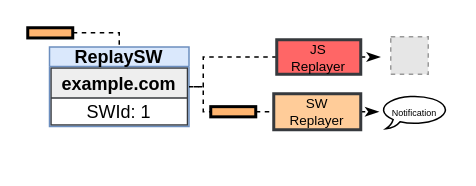
This is page "sw-replayer" (6 of 6) of replay-diagrams.drawio from jallen89/jscapsule-figures, a draw.io file, before an edit. Source tidied: cells renumbered, new cells numbered last; positions are measured from the earlier drawing's top-left corner, leaving out a move shared by most shapes. Both pictures are drawn from the tidied source at 150%, with x=0, y=0 at pixel (27, 27). Pictures stored in the file or linked from it are replaced by grey dashed boxes.
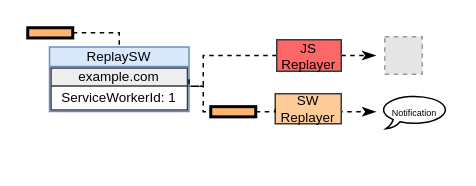
The same diagram, later.

Change to the diagram source:
```diff
@@
     <mxCell id="3" style="edgeStyle=orthogonalEdgeStyle;rounded=0;jettySize=auto;html=1;exitX=1;exitY=0.5;exitDx=0;exitDy=0;dashed=1;fontSize=6;startArrow=none;startFill=0;endArrow=classicThin;endFill=1;" parent="1" edge="1" source="4">
       <mxGeometry relative="1" as="geometry">
-        <mxPoint x="235" y="19.5" as="targetPoint" />
+        <mxPoint x="232" y="19" as="targetPoint" />
       </mxGeometry>
     </mxCell>
-    <mxCell id="4" value="&lt;div style=&quot;font-size: 9px&quot;&gt;&lt;font style=&quot;font-size: 9px&quot;&gt;JS&lt;/font&gt;&lt;/div&gt;&lt;div style=&quot;font-size: 9px&quot;&gt;&lt;font style=&quot;font-size: 9px&quot;&gt;Replayer&lt;/font&gt;&lt;br&gt;&lt;/div&gt;" style="rounded=0;whiteSpace=wrap;html=1;fontSize=8;strokeColor=#36393d;fillColor=#FF6666;strokeWidth=2;" parent="1" vertex="1">
-      <mxGeometry x="166" y="8" width="56" height="23" as="geometry" />
+    <mxCell id="4" value="&lt;div style=&quot;font-size: 9px&quot;&gt;&lt;font style=&quot;font-size: 9px&quot;&gt;JS&lt;/font&gt;&lt;/div&gt;&lt;div style=&quot;font-size: 9px&quot;&gt;&lt;font style=&quot;font-size: 9px&quot;&gt;Replayer&lt;/font&gt;&lt;br&gt;&lt;/div&gt;" style="rounded=0;whiteSpace=wrap;html=1;fontSize=8;strokeColor=#36393d;fillColor=#FF6666;strokeWidth=1;" parent="1" vertex="1">
+      <mxGeometry x="166" y="8" width="43" height="21" as="geometry" />
     </mxCell>
     <mxCell id="5" style="edgeStyle=orthogonalEdgeStyle;rounded=0;jettySize=auto;html=1;exitX=1;exitY=0.5;exitDx=0;exitDy=0;dashed=1;fontSize=6;endArrow=classicThin;endFill=1;startArrow=none;startFill=0;" parent="1" edge="1" source="6">
       <mxGeometry relative="1" as="geometry">
-        <mxPoint x="234" y="56" as="targetPoint" />
+        <mxPoint x="232" y="56" as="targetPoint" />
+        <Array as="points">
+          <mxPoint x="209" y="56" />
+        </Array>
       </mxGeometry>
     </mxCell>
-    <mxCell id="6" value="&lt;div style=&quot;font-size: 9px&quot;&gt;&lt;font style=&quot;font-size: 9px&quot;&gt;SW&lt;/font&gt;&lt;/div&gt;&lt;div style=&quot;font-size: 9px&quot;&gt;&lt;font style=&quot;font-size: 9px&quot;&gt;Replayer&lt;/font&gt;&lt;br&gt;&lt;/div&gt;" style="rounded=0;whiteSpace=wrap;html=1;fontSize=8;strokeColor=#36393d;fillColor=#ffcc99;strokeWidth=2;" parent="1" vertex="1">
-      <mxGeometry x="164" y="44" width="58" height="24" as="geometry" />
+    <mxCell id="6" value="&lt;div style=&quot;font-size: 9px&quot;&gt;&lt;font style=&quot;font-size: 9px&quot;&gt;SW&lt;/font&gt;&lt;/div&gt;&lt;div style=&quot;font-size: 9px&quot;&gt;&lt;font style=&quot;font-size: 9px&quot;&gt;Replayer&lt;/font&gt;&lt;br&gt;&lt;/div&gt;" style="rounded=0;whiteSpace=wrap;html=1;fontSize=8;strokeColor=#36393d;fillColor=#ffcc99;strokeWidth=1;" parent="1" vertex="1">
+      <mxGeometry x="165" y="44" width="44" height="20" as="geometry" />
     </mxCell>
@@
     <mxCell id="8" style="fillColor=#E6E6E6;strokeColor=#999999;dashed=1;verticalLabelPosition=bottom;labelBackgroundColor=default;verticalAlign=top;" parent="1" vertex="1">
-      <mxGeometry x="242" y="6" width="25" height="25" as="geometry" />
+      <mxGeometry x="238" y="6" width="25" height="25" as="geometry" />
     </mxCell>
@@
     <mxCell id="10" style="group;" parent="1" vertex="1">
-      <mxGeometry x="14.5" y="12.8" width="93" height="53" as="geometry" />
+      <mxGeometry x="14.5" y="12.8" width="93" height="76" as="geometry" />
     </mxCell>
-    <mxCell id="11" value="example.com" style="swimlane;fontStyle=1;horizontal=1;startSize=20;strokeWidth=1;fillColor=#eeeeee;strokeColor=#36393d;align=center;" parent="10" vertex="1">
-      <mxGeometry x="1" y="14" width="91" height="38" as="geometry" />
+    <mxCell id="11" value="example.com" style="swimlane;fontStyle=0;horizontal=1;startSize=12;strokeWidth=1;fillColor=#eeeeee;strokeColor=#36393d;align=center;fontSize=9;" parent="10" vertex="1">
+      <mxGeometry x="1" y="14" width="91" height="28" as="geometry" />
     </mxCell>
-    <mxCell id="12" value="SWId: 1" style="text;strokeColor=none;fillColor=none;align=center;verticalAlign=middle;spacingLeft=4;spacingRight=4;overflow=hidden;strokeWidth=1;" parent="11" vertex="1">
-      <mxGeometry y="20" width="91" height="18" as="geometry" />
+    <mxCell id="12" value="ServiceWorkerId: 1" style="text;strokeColor=none;fillColor=none;align=center;verticalAlign=middle;spacingLeft=4;spacingRight=4;overflow=hidden;strokeWidth=1;fontSize=9;" parent="11" vertex="1">
+      <mxGeometry y="12" width="91" height="16" as="geometry" />
     </mxCell>
-    <mxCell id="13" value="ReplaySW" style="swimlane;fillColor=#dae8fc;strokeColor=#6c8ebf;startSize=13;" parent="10" vertex="1">
-      <mxGeometry width="93" height="53" as="geometry" />
+    <mxCell id="13" value="ReplaySW" style="swimlane;fillColor=#dae8fc;strokeColor=#6c8ebf;startSize=13;fontSize=9;fontStyle=0;" parent="10" vertex="1">
+      <mxGeometry width="93" height="43" as="geometry" />
     </mxCell>
```
